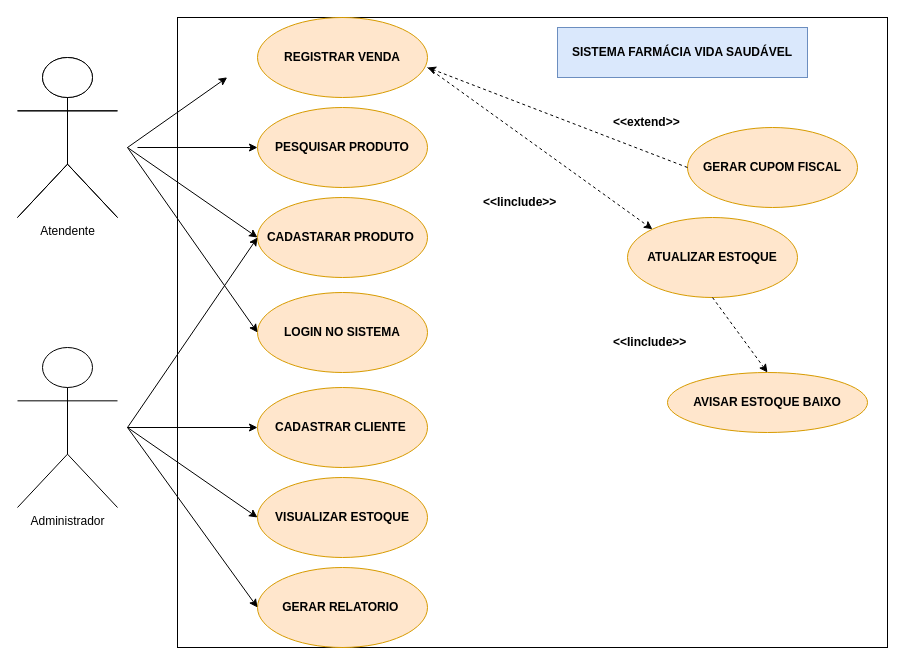
deveteamengsoft/ProjetoEngSoft keeps this draw.io diagram as Diagrama sem nome.drawio. Above is the earlier version. Source tidied: cells renumbered, new cells numbered last; positions are measured from the earlier drawing's top-left corner, leaving out a move shared by most shapes. Both pictures are drawn from the tidied source at 100%, with x=0, y=0 at pixel (17, 17).
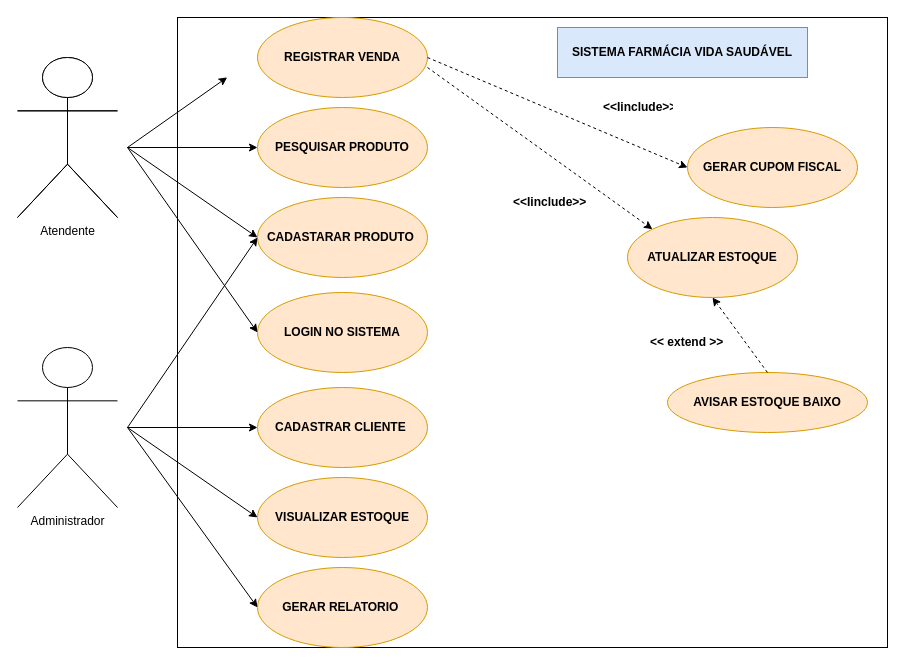
The same diagram, later.

Unchanged cells that the change refers to:
```xml
<mxCell id="6" value="PESQUISAR PRODUTO" style="ellipse;whiteSpace=wrap;html=1;fillColor=#ffe6cc;strokeColor=#d79b00;fontStyle=1;" parent="1" vertex="1">
  <mxGeometry x="240" y="90" width="170" height="80" as="geometry" />
</mxCell>
<mxCell id="7" value="&lt;b&gt;ATUALIZAR ESTOQUE&lt;/b&gt;" style="ellipse;whiteSpace=wrap;html=1;fillColor=#ffe6cc;strokeColor=#d79b00;" parent="1" vertex="1">
  <mxGeometry x="610" y="200" width="170" height="80" as="geometry" />
</mxCell>
<mxCell id="8" value="&lt;b&gt;GERAR CUPOM FISCAL&lt;/b&gt;" style="ellipse;whiteSpace=wrap;html=1;fillColor=#ffe6cc;strokeColor=#d79b00;" parent="1" vertex="1">
  <mxGeometry x="670" y="110" width="170" height="80" as="geometry" />
</mxCell>
<mxCell id="9" value="REGISTRAR VENDA" style="ellipse;whiteSpace=wrap;html=1;fillColor=#ffe6cc;strokeColor=#d79b00;fontStyle=1;" parent="1" vertex="1">
  <mxGeometry x="240" width="170" height="80" as="geometry" />
</mxCell>
<mxCell id="27" value="&lt;b&gt;AVISAR ESTOQUE BAIXO&lt;/b&gt;" style="ellipse;whiteSpace=wrap;html=1;fillColor=#ffe6cc;strokeColor=#d79b00;" parent="1" vertex="1">
  <mxGeometry x="650" y="355" width="200" height="60" as="geometry" />
</mxCell>
```

Change to the diagram source:
```diff
@@
     <mxCell id="16" style="endArrow=classic;html=1;rounded=0;" parent="1" edge="1" target="6">
       <mxGeometry relative="1" as="geometry">
-        <mxPoint x="120" y="130" as="sourcePoint" />
+        <mxPoint x="110" y="130" as="sourcePoint" />
       </mxGeometry>
     </mxCell>
@@
-    <mxCell id="24" style="endArrow=classic;html=1;rounded=0;dashed=1;exitX=0;exitY=0.5;exitDx=0;exitDy=0;" parent="1" edge="1" source="8">
-      <mxGeometry relative="1" as="geometry">
-        <mxPoint x="410" y="50" as="targetPoint" />
-      </mxGeometry>
-    </mxCell>
     <mxCell id="25" value="&lt;b&gt;&amp;lt;&amp;lt;Iinclude&amp;gt;&amp;gt;&lt;/b&gt;" style="text;strokeColor=none;fillColor=none;align=left;verticalAlign=middle;spacingLeft=4;spacingRight=4;overflow=hidden;whiteSpace=wrap;html=1;" parent="1" vertex="1">
-      <mxGeometry x="460" y="170" width="100" height="30" as="geometry" />
+      <mxGeometry x="490" y="170" width="100" height="30" as="geometry" />
     </mxCell>
-    <mxCell id="26" value="&lt;b&gt;&amp;lt;&amp;lt;extend&amp;gt;&amp;gt;&lt;/b&gt;" style="text;strokeColor=none;fillColor=none;align=left;verticalAlign=middle;spacingLeft=4;spacingRight=4;overflow=hidden;whiteSpace=wrap;html=1;" parent="1" vertex="1">
-      <mxGeometry x="590" y="90" width="100" height="30" as="geometry" />
-    </mxCell>
@@
-    <mxCell id="29" style="endArrow=classic;html=1;rounded=0;entryX=0.5;entryY=0;entryDx=0;entryDy=0;dashed=1;exitX=0.5;exitY=1;exitDx=0;exitDy=0;" parent="1" edge="1" source="7" target="27">
+    <mxCell id="29" style="endArrow=classic;html=1;rounded=0;entryX=0.5;entryY=1;entryDx=0;entryDy=0;dashed=1;exitX=0.5;exitY=0;exitDx=0;exitDy=0;" parent="1" edge="1" source="27" target="7">
       <mxGeometry relative="1" as="geometry" />
     </mxCell>
-    <mxCell id="30" value="&lt;b&gt;&amp;lt;&amp;lt;Iinclude&amp;gt;&amp;gt;&lt;/b&gt;" style="text;strokeColor=none;fillColor=none;align=left;verticalAlign=middle;spacingLeft=4;spacingRight=4;overflow=hidden;whiteSpace=wrap;html=1;" parent="1" vertex="1">
-      <mxGeometry x="590" y="310" width="100" height="30" as="geometry" />
+    <mxCell id="30" value="&lt;b&gt;&amp;lt;&amp;lt; extend &amp;gt;&amp;gt;&lt;/b&gt;" style="text;strokeColor=none;fillColor=none;align=left;verticalAlign=middle;spacingLeft=4;spacingRight=4;overflow=hidden;whiteSpace=wrap;html=1;" parent="1" vertex="1">
+      <mxGeometry x="627" y="310" width="100" height="30" as="geometry" />
     </mxCell>
+    <mxCell id="31" style="endArrow=classic;html=1;rounded=0;entryX=0;entryY=0.5;entryDx=0;entryDy=0;dashed=1;exitX=1;exitY=0.5;exitDx=0;exitDy=0;" parent="1" edge="1" source="9" target="8">
+      <mxGeometry relative="1" as="geometry" />
+    </mxCell>
+    <mxCell id="32" value="&lt;b&gt;&amp;lt;&amp;lt;Iinclude&amp;gt;&amp;gt;&lt;/b&gt;" style="text;strokeColor=none;fillColor=none;align=left;verticalAlign=middle;spacingLeft=4;spacingRight=4;overflow=hidden;whiteSpace=wrap;html=1;" parent="1" vertex="1">
+      <mxGeometry x="580" y="80" width="80" height="20" as="geometry" />
+    </mxCell>
```
